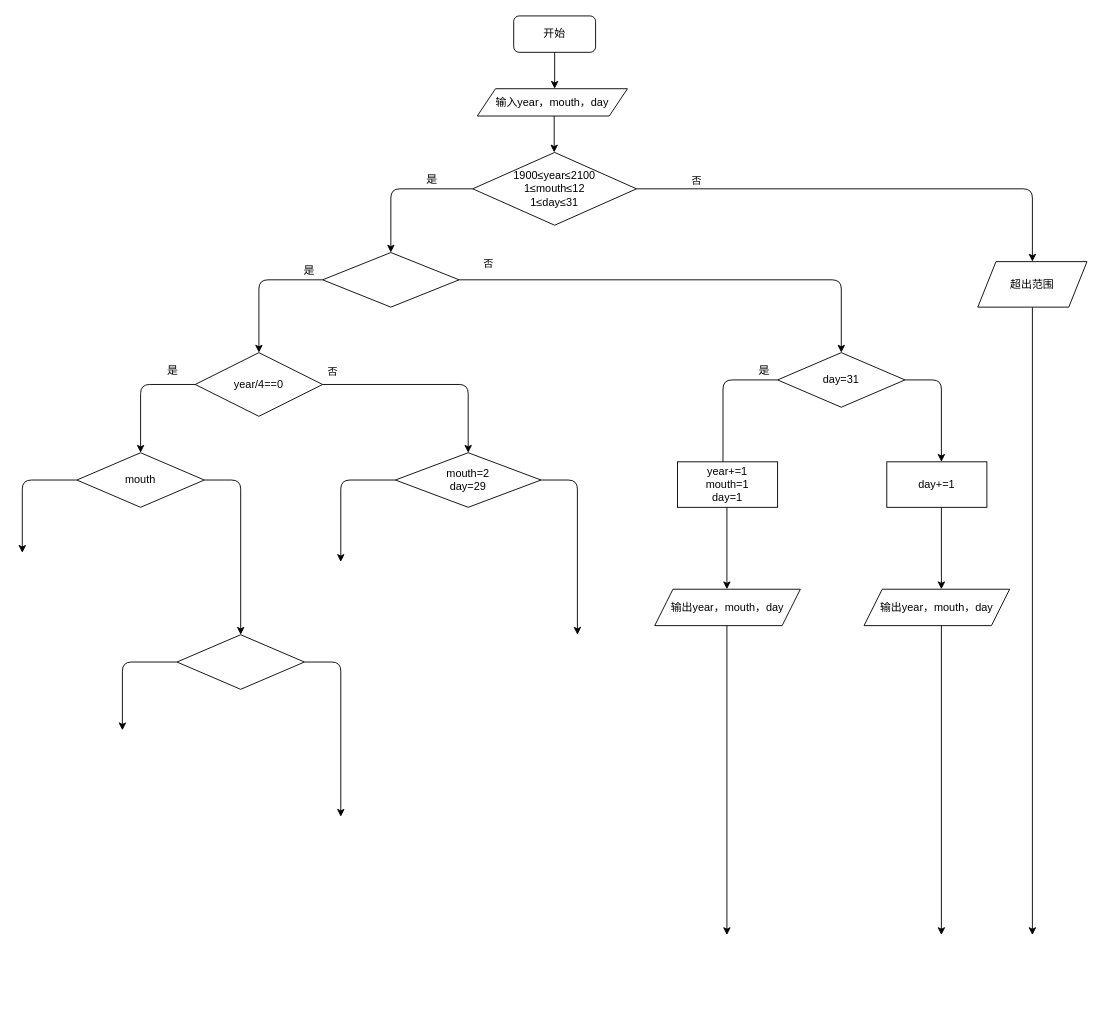
Above: HelloGit/src/main/resources/Untitled Diagram.drawio in YUQILove/RepoOne (draw.io), before the change. Source tidied: cells renumbered, new cells numbered last; positions are measured from the earlier drawing's top-left corner, leaving out a move shared by most shapes. Both pictures are drawn from the tidied source at 91%, with x=0, y=0 at pixel (22, 15).
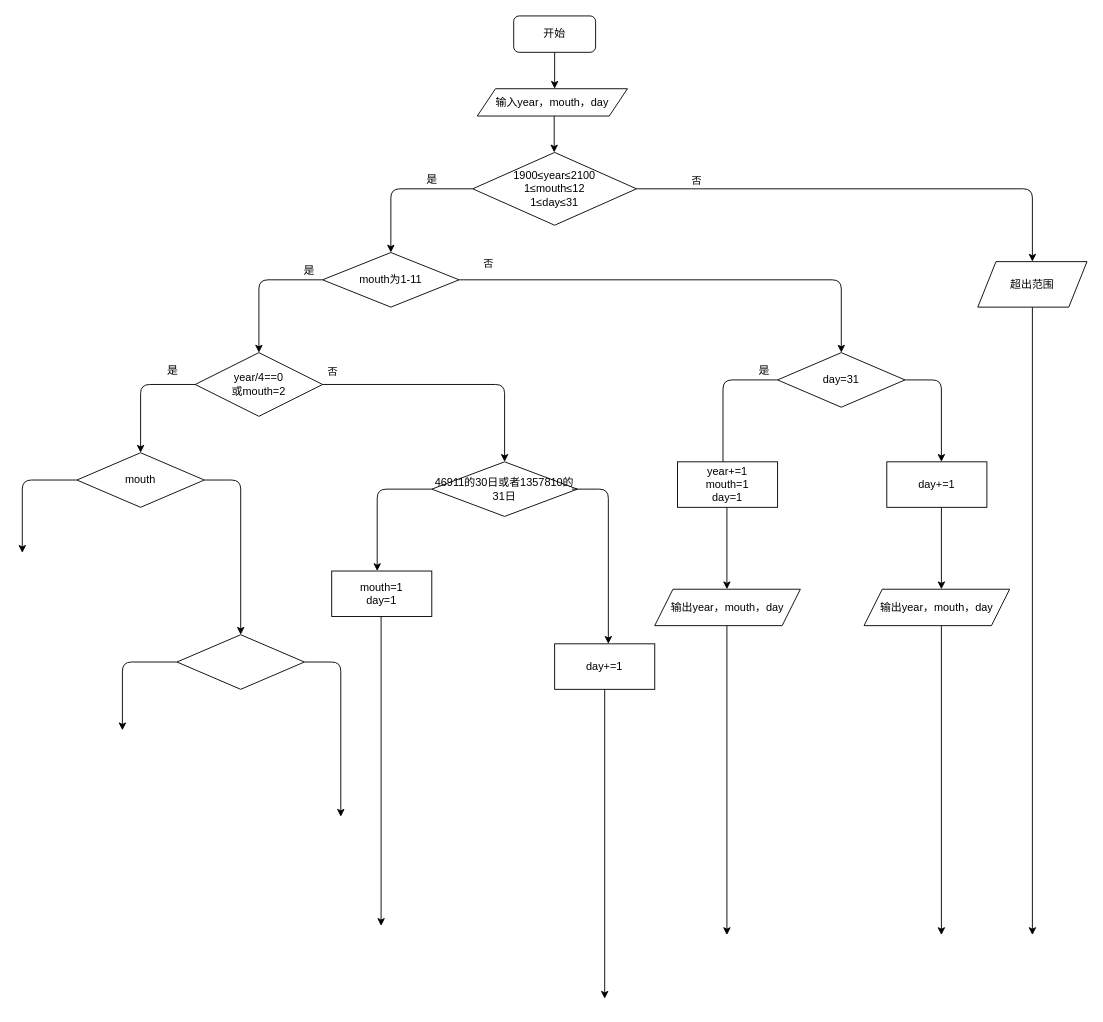
The same page after the edit.

Change to the diagram source:
```diff
@@
-    <mxCell id="14" style="rhombus;whiteSpace=wrap;html=1;" parent="1" vertex="1">
+    <mxCell id="14" value="mouth为1-11" style="rhombus;whiteSpace=wrap;html=1;" parent="1" vertex="1">
       <mxGeometry x="330" y="260" width="150" height="60" as="geometry" />
     </mxCell>
-    <mxCell id="15" value="year/4==0" style="rhombus;whiteSpace=wrap;html=1;" parent="1" vertex="1">
+    <mxCell id="15" value="year/4==0&lt;br&gt;或mouth=2" style="rhombus;whiteSpace=wrap;html=1;" parent="1" vertex="1">
       <mxGeometry x="190" y="370" width="140" height="70" as="geometry" />
     </mxCell>
@@
-    <mxCell id="19" value="mouth=2&lt;br&gt;day=29" style="rhombus;whiteSpace=wrap;html=1;" parent="1" vertex="1">
-      <mxGeometry x="410" y="480" width="160" height="60" as="geometry" />
+    <mxCell id="19" value="46911的30日或者1357810的31日" style="rhombus;whiteSpace=wrap;html=1;" parent="1" vertex="1">
+      <mxGeometry x="450" y="490" width="160" height="60" as="geometry" />
     </mxCell>
     <mxCell id="20" style="endArrow=classic;html=1;exitX=1;exitY=0.5;exitDx=0;exitDy=0;entryX=0.5;entryY=0;entryDx=0;entryDy=0;" parent="1" edge="1" source="15" target="19">
       <mxGeometry relative="1" as="geometry">
         <Array as="points">
-          <mxPoint x="490" y="405" />
+          <mxPoint x="530" y="405" />
         </Array>
       </mxGeometry>
     </mxCell>
@@
     <mxCell id="22" style="endArrow=classic;html=1;exitX=0;exitY=0.5;exitDx=0;exitDy=0;" parent="1" edge="1">
       <mxGeometry relative="1" as="geometry">
-        <mxPoint x="410" y="510" as="sourcePoint" />
-        <mxPoint x="350" y="600" as="targetPoint" />
+        <mxPoint x="450" y="520" as="sourcePoint" />
+        <mxPoint x="390" y="610" as="targetPoint" />
         <Array as="points">
-          <mxPoint x="350" y="510" />
+          <mxPoint x="390" y="520" />
         </Array>
       </mxGeometry>
     </mxCell>
     <mxCell id="23" style="endArrow=classic;html=1;exitX=1;exitY=0.5;exitDx=0;exitDy=0;" parent="1" edge="1">
       <mxGeometry relative="1" as="geometry">
-        <mxPoint x="570" y="510" as="sourcePoint" />
-        <mxPoint x="610" y="680" as="targetPoint" />
+        <mxPoint x="604" y="520" as="sourcePoint" />
+        <mxPoint x="644" y="690" as="targetPoint" />
         <Array as="points">
-          <mxPoint x="610" y="510" />
+          <mxPoint x="644" y="520" />
         </Array>
       </mxGeometry>
     </mxCell>
@@
+    <mxCell id="44" value="mouth=1&lt;br&gt;day=1" style="rounded=0;whiteSpace=wrap;html=1;" parent="1" vertex="1">
+      <mxGeometry x="340" y="610" width="110" height="50" as="geometry" />
+    </mxCell>
+    <mxCell id="45" value="day+=1" style="rounded=0;whiteSpace=wrap;html=1;" parent="1" vertex="1">
+      <mxGeometry x="585" y="690" width="110" height="50" as="geometry" />
+    </mxCell>
+    <mxCell id="46" style="endArrow=classic;html=1;" parent="1" edge="1">
+      <mxGeometry relative="1" as="geometry">
+        <mxPoint x="394.3" y="660" as="sourcePoint" />
+        <mxPoint x="394.3" y="1000" as="targetPoint" />
+      </mxGeometry>
+    </mxCell>
+    <mxCell id="47" style="endArrow=classic;html=1;" parent="1" edge="1">
+      <mxGeometry relative="1" as="geometry">
+        <mxPoint x="640" y="740" as="sourcePoint" />
+        <mxPoint x="640" y="1080" as="targetPoint" />
+      </mxGeometry>
+    </mxCell>
```
